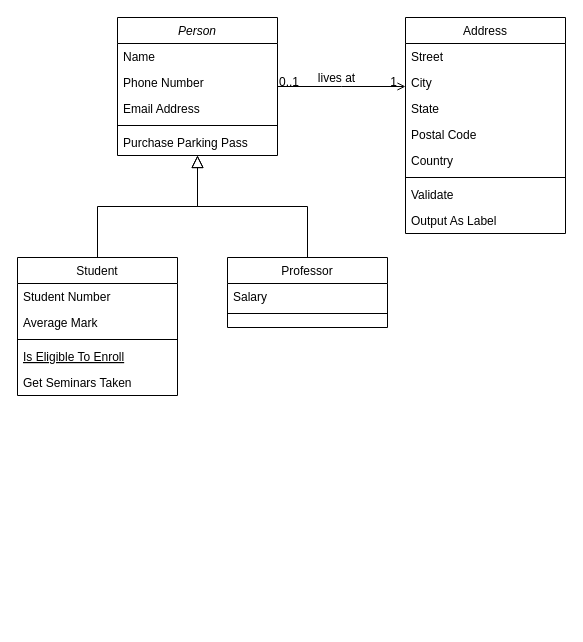
xAmiBa/Personal_Diary keeps this draw.io diagram as Untitled Diagram.drawio. Above is the earlier version. Source tidied: cells renumbered, new cells numbered last; positions are measured from the earlier drawing's top-left corner, leaving out a move shared by most shapes. Both pictures are drawn from the tidied source at 100%, with x=0, y=0 at pixel (17, 17).
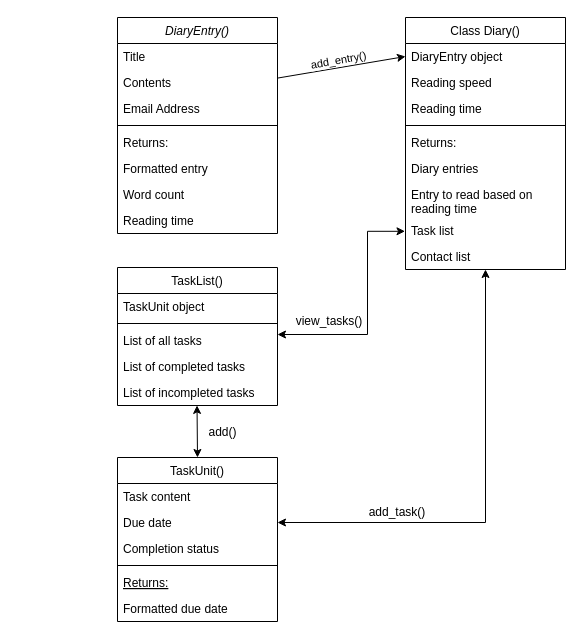
Above is the later version.

Change to the diagram source:
```diff
@@
-    <mxCell id="2" value="Person" style="swimlane;fontStyle=2;align=center;verticalAlign=top;horizontal=1;startSize=26;rounded=0;shadow=0;strokeWidth=1;" parent="1" vertex="1">
-      <mxGeometry x="100" width="160" height="138" as="geometry" />
+    <mxCell id="2" value="DiaryEntry()" style="swimlane;fontStyle=2;align=center;verticalAlign=top;horizontal=1;startSize=26;rounded=0;shadow=0;strokeWidth=1;" parent="1" vertex="1">
+      <mxGeometry x="100" width="160" height="216" as="geometry" />
     </mxCell>
-    <mxCell id="3" value="Name" style="text;align=left;verticalAlign=top;spacingLeft=4;spacingRight=4;overflow=hidden;" parent="2" vertex="1">
+    <mxCell id="3" value="Title" style="text;align=left;verticalAlign=top;spacingLeft=4;spacingRight=4;overflow=hidden;" parent="2" vertex="1">
       <mxGeometry y="26" width="160" height="26" as="geometry" />
     </mxCell>
-    <mxCell id="4" value="Phone Number" style="text;align=left;verticalAlign=top;spacingLeft=4;spacingRight=4;overflow=hidden;rounded=0;shadow=0;html=0;" parent="2" vertex="1">
+    <mxCell id="4" value="Contents" style="text;align=left;verticalAlign=top;spacingLeft=4;spacingRight=4;overflow=hidden;rounded=0;shadow=0;html=0;" parent="2" vertex="1">
       <mxGeometry y="52" width="160" height="26" as="geometry" />
     </mxCell>
@@
-    <mxCell id="7" value="Purchase Parking Pass" style="text;align=left;verticalAlign=top;spacingLeft=4;spacingRight=4;overflow=hidden;" parent="2" vertex="1">
+    <mxCell id="7" value="Returns:" style="text;align=left;verticalAlign=top;spacingLeft=4;spacingRight=4;overflow=hidden;" parent="2" vertex="1">
       <mxGeometry y="112" width="160" height="26" as="geometry" />
     </mxCell>
+    <mxCell id="32" value="Formatted entry" style="text;align=left;verticalAlign=top;spacingLeft=4;spacingRight=4;overflow=hidden;" parent="2" vertex="1">
+      <mxGeometry y="138" width="160" height="26" as="geometry" />
+    </mxCell>
+    <mxCell id="33" value="Word count" style="text;align=left;verticalAlign=top;spacingLeft=4;spacingRight=4;overflow=hidden;" parent="2" vertex="1">
+      <mxGeometry y="164" width="160" height="26" as="geometry" />
+    </mxCell>
+    <mxCell id="34" value="Reading time" style="text;align=left;verticalAlign=top;spacingLeft=4;spacingRight=4;overflow=hidden;" parent="2" vertex="1">
+      <mxGeometry y="190" width="160" height="26" as="geometry" />
+    </mxCell>
-    <mxCell id="8" value="Student" style="swimlane;fontStyle=0;align=center;verticalAlign=top;horizontal=1;startSize=26;rounded=0;shadow=0;strokeWidth=1;" parent="1" vertex="1">
-      <mxGeometry y="240" width="160" height="138" as="geometry" />
+    <mxCell id="8" value="TaskUnit()" style="swimlane;fontStyle=0;align=center;verticalAlign=top;horizontal=1;startSize=26;rounded=0;shadow=0;strokeWidth=1;" parent="1" vertex="1">
+      <mxGeometry x="100" y="440" width="160" height="164" as="geometry" />
     </mxCell>
-    <mxCell id="9" value="Student Number" style="text;align=left;verticalAlign=top;spacingLeft=4;spacingRight=4;overflow=hidden;" parent="8" vertex="1">
+    <mxCell id="9" value="Task content" style="text;align=left;verticalAlign=top;spacingLeft=4;spacingRight=4;overflow=hidden;" parent="8" vertex="1">
       <mxGeometry y="26" width="160" height="26" as="geometry" />
     </mxCell>
-    <mxCell id="10" value="Average Mark" style="text;align=left;verticalAlign=top;spacingLeft=4;spacingRight=4;overflow=hidden;points=[[0,0.5],[1,0.5]];portConstraint=eastwest;rounded=0;shadow=0;html=0;" parent="8" vertex="1">
+    <mxCell id="10" value="Due date" style="text;align=left;verticalAlign=top;spacingLeft=4;spacingRight=4;overflow=hidden;points=[[0,0.5],[1,0.5]];portConstraint=eastwest;rounded=0;shadow=0;html=0;" parent="8" vertex="1">
       <mxGeometry y="52" width="160" height="26" as="geometry" />
     </mxCell>
+    <mxCell id="35" value="Completion status" style="text;align=left;verticalAlign=top;spacingLeft=4;spacingRight=4;overflow=hidden;rounded=0;shadow=0;html=0;" parent="8" vertex="1">
+      <mxGeometry y="78" width="160" height="26" as="geometry" />
+    </mxCell>
     <mxCell id="11" style="line;html=1;strokeWidth=1;align=left;verticalAlign=middle;spacingTop=-1;spacingLeft=3;spacingRight=3;labelPosition=right;" parent="8" vertex="1">
-      <mxGeometry y="78" width="160" height="8" as="geometry" />
+      <mxGeometry y="104" width="160" height="8" as="geometry" />
     </mxCell>
-    <mxCell id="12" value="Is Eligible To Enroll" style="text;align=left;verticalAlign=top;spacingLeft=4;spacingRight=4;overflow=hidden;fontStyle=4;" parent="8" vertex="1">
-      <mxGeometry y="86" width="160" height="26" as="geometry" />
+    <mxCell id="12" value="Returns:" style="text;align=left;verticalAlign=top;spacingLeft=4;spacingRight=4;overflow=hidden;fontStyle=4;" parent="8" vertex="1">
+      <mxGeometry y="112" width="160" height="26" as="geometry" />
     </mxCell>
-    <mxCell id="13" value="Get Seminars Taken" style="text;align=left;verticalAlign=top;spacingLeft=4;spacingRight=4;overflow=hidden;" parent="8" vertex="1">
-      <mxGeometry y="112" width="160" height="26" as="geometry" />
+    <mxCell id="13" value="Formatted due date" style="text;align=left;verticalAlign=top;spacingLeft=4;spacingRight=4;overflow=hidden;" parent="8" vertex="1">
+      <mxGeometry y="138" width="160" height="26" as="geometry" />
     </mxCell>
-    <mxCell id="14" style="endArrow=block;endSize=10;endFill=0;shadow=0;strokeWidth=1;rounded=0;edgeStyle=elbowEdgeStyle;elbow=vertical;" parent="1" edge="1" source="8" target="2">
-      <mxGeometry relative="1" as="geometry" />
-    </mxCell>
-    <mxCell id="15" value="Professor" style="swimlane;fontStyle=0;align=center;verticalAlign=top;horizontal=1;startSize=26;rounded=0;shadow=0;strokeWidth=1;" parent="1" vertex="1">
-      <mxGeometry x="210" y="240" width="160" height="70" as="geometry" />
+    <mxCell id="15" value="TaskList()" style="swimlane;fontStyle=0;align=center;verticalAlign=top;horizontal=1;startSize=26;rounded=0;shadow=0;strokeWidth=1;" parent="1" vertex="1">
+      <mxGeometry x="100" y="250" width="160" height="138" as="geometry" />
     </mxCell>
-    <mxCell id="16" value="Salary" style="text;align=left;verticalAlign=top;spacingLeft=4;spacingRight=4;overflow=hidden;" parent="15" vertex="1">
+    <mxCell id="16" value="TaskUnit object" style="text;align=left;verticalAlign=top;spacingLeft=4;spacingRight=4;overflow=hidden;" parent="15" vertex="1">
       <mxGeometry y="26" width="160" height="26" as="geometry" />
     </mxCell>
@@
-    <mxCell id="18" style="endArrow=block;endSize=10;endFill=0;shadow=0;strokeWidth=1;rounded=0;edgeStyle=elbowEdgeStyle;elbow=vertical;" parent="1" edge="1" source="15" target="2">
-      <mxGeometry relative="1" as="geometry" />
-    </mxCell>
+    <mxCell id="36" value="List of all tasks" style="text;align=left;verticalAlign=top;spacingLeft=4;spacingRight=4;overflow=hidden;points=[[0,0.5],[1,0.5]];portConstraint=eastwest;" parent="15" vertex="1">
+      <mxGeometry y="60" width="160" height="26" as="geometry" />
+    </mxCell>
+    <mxCell id="37" value="List of completed tasks" style="text;align=left;verticalAlign=top;spacingLeft=4;spacingRight=4;overflow=hidden;" parent="15" vertex="1">
+      <mxGeometry y="86" width="160" height="26" as="geometry" />
+    </mxCell>
+    <mxCell id="38" value="List of incompleted tasks" style="text;align=left;verticalAlign=top;spacingLeft=4;spacingRight=4;overflow=hidden;points=[[0,0.5],[1,0.5]];portConstraint=eastwest;" parent="15" vertex="1">
+      <mxGeometry y="112" width="160" height="26" as="geometry" />
+    </mxCell>
-    <mxCell id="19" value="Address" style="swimlane;fontStyle=0;align=center;verticalAlign=top;horizontal=1;startSize=26;rounded=0;shadow=0;strokeWidth=1;" parent="1" vertex="1">
-      <mxGeometry x="388" width="160" height="216" as="geometry" />
+    <mxCell id="19" value="Class Diary()" style="swimlane;fontStyle=0;align=center;verticalAlign=top;horizontal=1;startSize=26;rounded=0;shadow=0;strokeWidth=1;" parent="1" vertex="1">
+      <mxGeometry x="388" width="160" height="252" as="geometry" />
     </mxCell>
-    <mxCell id="20" value="Street" style="text;align=left;verticalAlign=top;spacingLeft=4;spacingRight=4;overflow=hidden;points=[[0,0.5],[1,0.5]];portConstraint=eastwest;" parent="19" vertex="1">
+    <mxCell id="20" value="DiaryEntry object" style="text;align=left;verticalAlign=top;spacingLeft=4;spacingRight=4;overflow=hidden;points=[[0,0.5],[1,0.5]];portConstraint=eastwest;" parent="19" vertex="1">
       <mxGeometry y="26" width="160" height="26" as="geometry" />
     </mxCell>
-    <mxCell id="21" value="City" style="text;align=left;verticalAlign=top;spacingLeft=4;spacingRight=4;overflow=hidden;rounded=0;shadow=0;html=0;" parent="19" vertex="1">
+    <mxCell id="21" value="Reading speed" style="text;align=left;verticalAlign=top;spacingLeft=4;spacingRight=4;overflow=hidden;rounded=0;shadow=0;html=0;" parent="19" vertex="1">
       <mxGeometry y="52" width="160" height="26" as="geometry" />
     </mxCell>
-    <mxCell id="22" value="State" style="text;align=left;verticalAlign=top;spacingLeft=4;spacingRight=4;overflow=hidden;rounded=0;shadow=0;html=0;" parent="19" vertex="1">
+    <mxCell id="22" value="Reading time" style="text;align=left;verticalAlign=top;spacingLeft=4;spacingRight=4;overflow=hidden;rounded=0;shadow=0;html=0;" parent="19" vertex="1">
       <mxGeometry y="78" width="160" height="26" as="geometry" />
     </mxCell>
-    <mxCell id="23" value="Postal Code" style="text;align=left;verticalAlign=top;spacingLeft=4;spacingRight=4;overflow=hidden;rounded=0;shadow=0;html=0;" parent="19" vertex="1">
-      <mxGeometry y="104" width="160" height="26" as="geometry" />
-    </mxCell>
-    <mxCell id="24" value="Country" style="text;align=left;verticalAlign=top;spacingLeft=4;spacingRight=4;overflow=hidden;rounded=0;shadow=0;html=0;" parent="19" vertex="1">
-      <mxGeometry y="130" width="160" height="26" as="geometry" />
-    </mxCell>
     <mxCell id="25" style="line;html=1;strokeWidth=1;align=left;verticalAlign=middle;spacingTop=-1;spacingLeft=3;spacingRight=3;labelPosition=right;" parent="19" vertex="1">
-      <mxGeometry y="156" width="160" height="8" as="geometry" />
+      <mxGeometry y="104" width="160" height="8" as="geometry" />
     </mxCell>
-    <mxCell id="26" value="Validate" style="text;align=left;verticalAlign=top;spacingLeft=4;spacingRight=4;overflow=hidden;" parent="19" vertex="1">
-      <mxGeometry y="164" width="160" height="26" as="geometry" />
+    <mxCell id="26" value="Returns:" style="text;align=left;verticalAlign=top;spacingLeft=4;spacingRight=4;overflow=hidden;" parent="19" vertex="1">
+      <mxGeometry y="112" width="160" height="26" as="geometry" />
     </mxCell>
-    <mxCell id="27" value="Output As Label" style="text;align=left;verticalAlign=top;spacingLeft=4;spacingRight=4;overflow=hidden;" parent="19" vertex="1">
-      <mxGeometry y="190" width="160" height="26" as="geometry" />
+    <mxCell id="27" value="Diary entries" style="text;align=left;verticalAlign=top;spacingLeft=4;spacingRight=4;overflow=hidden;" parent="19" vertex="1">
+      <mxGeometry y="138" width="160" height="26" as="geometry" />
     </mxCell>
-    <mxCell id="28" style="endArrow=open;shadow=0;strokeWidth=1;rounded=0;endFill=1;edgeStyle=elbowEdgeStyle;elbow=vertical;" parent="1" edge="1" source="2" target="19">
-      <mxGeometry x="0.5" y="41" relative="1" as="geometry">
-        <mxPoint x="-40" y="32" as="offset" />
-      </mxGeometry>
-    </mxCell>
-    <mxCell id="29" value="0..1" style="align=left;verticalAlign=bottom;labelBackgroundColor=none;fontSize=12;" parent="28" vertex="1">
-      <mxGeometry x="-1" relative="1" as="geometry">
-        <mxPoint y="4" as="offset" />
-      </mxGeometry>
-    </mxCell>
-    <mxCell id="30" value="1" style="align=right;verticalAlign=bottom;labelBackgroundColor=none;fontSize=12;" parent="28" vertex="1">
-      <mxGeometry x="1" relative="1" as="geometry">
-        <mxPoint x="-7" y="4" as="offset" />
-      </mxGeometry>
-    </mxCell>
-    <mxCell id="31" value="lives at" style="text;html=1;align=center;verticalAlign=middle;labelBackgroundColor=none;rounded=0;shadow=0;strokeWidth=1;fontSize=12;" parent="28" vertex="1">
-      <mxGeometry x="0.5" y="49" relative="1" as="geometry">
-        <mxPoint x="-38" y="40" as="offset" />
-      </mxGeometry>
-    </mxCell>
+    <mxCell id="39" value="Entry to read based on&#10;reading time" style="text;align=left;verticalAlign=top;spacingLeft=4;spacingRight=4;overflow=hidden;" parent="19" vertex="1">
+      <mxGeometry y="164" width="160" height="36" as="geometry" />
+    </mxCell>
+    <mxCell id="40" value="Task list" style="text;align=left;verticalAlign=top;spacingLeft=4;spacingRight=4;overflow=hidden;" parent="19" vertex="1">
+      <mxGeometry y="200" width="160" height="26" as="geometry" />
+    </mxCell>
+    <mxCell id="41" style="endArrow=classic;startArrow=classic;html=1;rounded=0;edgeStyle=orthogonalEdgeStyle;" parent="19" edge="1" source="36">
+      <mxGeometry relative="1" as="geometry">
+        <mxPoint x="-0.5" y="213.8" as="targetPoint" />
+        <Array as="points">
+          <mxPoint x="-38" y="317" />
+          <mxPoint x="-38" y="214" />
+        </Array>
+      </mxGeometry>
+    </mxCell>
+    <mxCell id="42" value="Contact list" style="text;align=left;verticalAlign=top;spacingLeft=4;spacingRight=4;overflow=hidden;" parent="19" vertex="1">
+      <mxGeometry y="226" width="160" height="26" as="geometry" />
+    </mxCell>
+    <mxCell id="43" style="endArrow=classic;html=1;rounded=0;exitX=0.999;exitY=1.049;exitDx=0;exitDy=0;entryX=0;entryY=0.5;entryDx=0;entryDy=0;exitPerimeter=0;" parent="1" edge="1" target="20">
+      <mxGeometry relative="1" as="geometry">
+        <mxPoint x="260" y="60.6" as="sourcePoint" />
+      </mxGeometry>
+    </mxCell>
+    <mxCell id="44" value="add_entry()" style="edgeLabel;html=1;align=center;verticalAlign=middle;rotation=-10;" parent="43" vertex="1">
+      <mxGeometry x="-0.29" y="1" relative="1" as="geometry">
+        <mxPoint x="15" y="-9" as="offset" />
+      </mxGeometry>
+    </mxCell>
+    <mxCell id="45" value="add()" style="text;html=1;align=center;verticalAlign=middle;strokeColor=none;fillColor=none;" parent="1" vertex="1">
+      <mxGeometry x="180" y="400" width="50" height="30" as="geometry" />
+    </mxCell>
+    <mxCell id="46" value="view_tasks()" style="text;html=1;strokeColor=none;fillColor=none;align=center;verticalAlign=middle;whiteSpace=wrap;rounded=0;" parent="1" vertex="1">
+      <mxGeometry x="280" y="290" width="64" height="28" as="geometry" />
+    </mxCell>
+    <mxCell id="47" style="endArrow=classic;startArrow=classic;html=1;rounded=0;exitX=0.5;exitY=0;exitDx=0;exitDy=0;entryX=0.497;entryY=0.997;entryDx=0;entryDy=0;entryPerimeter=0;" parent="1" edge="1" source="8" target="38">
+      <mxGeometry relative="1" as="geometry" />
+    </mxCell>
+    <mxCell id="48" style="endArrow=classic;startArrow=classic;html=1;rounded=0;entryX=0.5;entryY=1;entryDx=0;entryDy=0;exitX=1;exitY=0.5;exitDx=0;exitDy=0;" parent="1" edge="1" source="10" target="19">
+      <mxGeometry relative="1" as="geometry">
+        <Array as="points">
+          <mxPoint x="468" y="505" />
+        </Array>
+      </mxGeometry>
+    </mxCell>
+    <mxCell id="49" value="add_task()" style="text;html=1;strokeColor=none;fillColor=none;align=center;verticalAlign=middle;whiteSpace=wrap;rounded=0;" parent="1" vertex="1">
+      <mxGeometry x="350" y="480" width="60" height="30" as="geometry" />
+    </mxCell>
```
